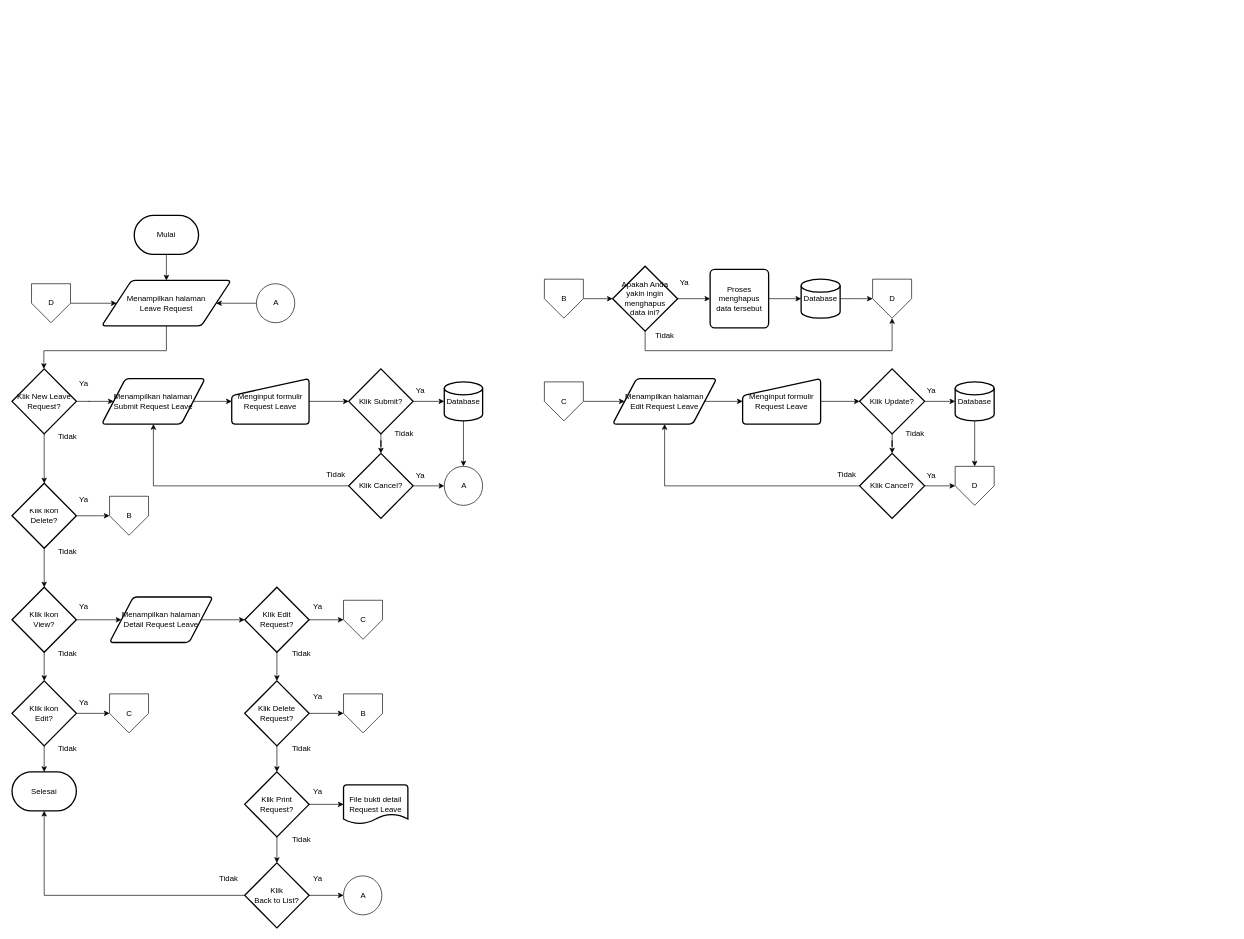
This is page "Employee" (1 of 2) of Flowchart Yaztech Apps.drawio from dapzz-id/DrawIO, a draw.io file, before an edit. Source tidied: cells renumbered, new cells numbered last; positions are measured from the earlier drawing's top-left corner, leaving out a move shared by most shapes. Both pictures are drawn from the tidied source at 65%, with x=0, y=0 at pixel (12, 215).
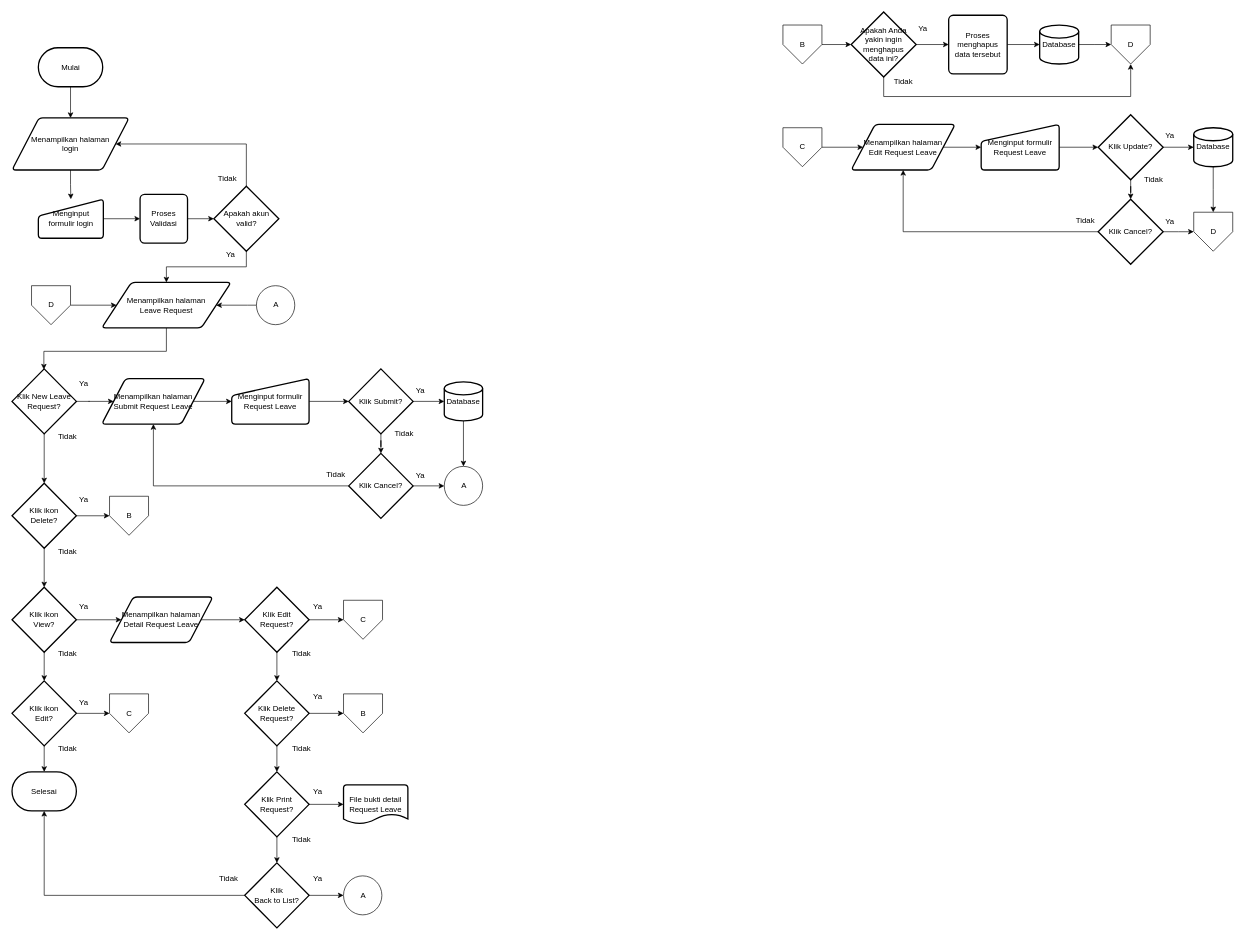
Above is the later version.

Unchanged cells that the change refers to:
```xml
<mxCell id="8" value="Klik New Leave Request?" style="strokeWidth=2;html=1;shape=mxgraph.flowchart.decision;whiteSpace=wrap;" parent="1" vertex="1">
  <mxGeometry y="236" width="99" height="100" as="geometry" />
</mxCell>
```

Diff of the diagram source:
```diff
@@
-    <mxCell id="2" style="edgeStyle=orthogonalEdgeStyle;rounded=0;jettySize=auto;html=1;" parent="1" edge="1" source="3" target="5">
-      <mxGeometry relative="1" as="geometry" />
-    </mxCell>
+    <mxCell id="107" style="edgeStyle=orthogonalEdgeStyle;rounded=0;jettySize=auto;html=1;" parent="1" edge="1" source="3" target="109">
+      <mxGeometry relative="1" as="geometry" />
+    </mxCell>
     <mxCell id="3" value="Mulai" style="strokeWidth=2;html=1;shape=mxgraph.flowchart.terminator;whiteSpace=wrap;" parent="1" vertex="1">
-      <mxGeometry x="188" width="99" height="60" as="geometry" />
+      <mxGeometry x="40.5" y="-258" width="99" height="60" as="geometry" />
     </mxCell>
-    <mxCell id="4" style="edgeStyle=orthogonalEdgeStyle;rounded=0;jettySize=auto;html=1;" parent="1" edge="1" source="5" target="8">
+    <mxCell id="4" style="edgeStyle=orthogonalEdgeStyle;rounded=0;jettySize=auto;html=1;" parent="1" edge="1" source="5">
       <mxGeometry relative="1" as="geometry">
+        <mxPoint x="49" y="237" as="targetPoint" />
         <Array as="points">
-          <mxPoint x="237" y="208" />
-          <mxPoint x="49" y="208" />
+          <mxPoint x="237" y="209" />
+          <mxPoint x="49" y="209" />
         </Array>
       </mxGeometry>
     </mxCell>
     <mxCell id="5" value="Menampilkan halaman&lt;div&gt;Leave Request&lt;/div&gt;" style="shape=parallelogram;html=1;strokeWidth=2;perimeter=parallelogramPerimeter;whiteSpace=wrap;rounded=1;arcSize=12;size=0.23;" parent="1" vertex="1">
-      <mxGeometry x="138" y="100" width="199" height="70" as="geometry" />
+      <mxGeometry x="138" y="103" width="199" height="70" as="geometry" />
     </mxCell>
@@
     <mxCell id="24" style="edgeStyle=orthogonalEdgeStyle;rounded=0;jettySize=auto;html=1;entryX=1;entryY=0.5;entryDx=0;entryDy=0;" parent="1" edge="1" source="25" target="5">
       <mxGeometry relative="1" as="geometry">
         <Array as="points">
-          <mxPoint x="362" y="135" />
-          <mxPoint x="362" y="135" />
+          <mxPoint x="362" y="138" />
+          <mxPoint x="362" y="138" />
         </Array>
       </mxGeometry>
     </mxCell>
     <mxCell id="25" value="A" style="verticalLabelPosition=middle;verticalAlign=middle;html=1;shape=mxgraph.flowchart.on-page_reference;labelPosition=center;align=center;" parent="1" vertex="1">
-      <mxGeometry x="376" y="105" width="59" height="60" as="geometry" />
+      <mxGeometry x="376" y="108" width="59" height="60" as="geometry" />
     </mxCell>
@@
     <mxCell id="41" value="Proses menghapus data tersebut" style="rounded=1;whiteSpace=wrap;html=1;absoluteArcSize=1;arcSize=14;strokeWidth=2;" parent="1" vertex="1">
-      <mxGeometry x="1074" y="83" width="90" height="90" as="geometry" />
+      <mxGeometry x="1441" y="-308" width="90" height="90" as="geometry" />
     </mxCell>
@@
     <mxCell id="43" value="Apakah Anda yakin ingin menghapus&lt;div&gt;data ini?&lt;/div&gt;" style="strokeWidth=2;html=1;shape=mxgraph.flowchart.decision;whiteSpace=wrap;" parent="1" vertex="1">
-      <mxGeometry x="924" y="78" width="100" height="100" as="geometry" />
+      <mxGeometry x="1291" y="-313" width="100" height="100" as="geometry" />
     </mxCell>
     <mxCell id="44" value="Ya" style="text;html=1;align=center;verticalAlign=middle;strokeColor=none;fillColor=none;" parent="1" vertex="1">
-      <mxGeometry x="1014" y="88" width="40" height="30" as="geometry" />
+      <mxGeometry x="1381" y="-303" width="40" height="30" as="geometry" />
     </mxCell>
     <mxCell id="45" style="edgeStyle=orthogonalEdgeStyle;rounded=0;jettySize=auto;html=1;exitX=0.5;exitY=1;exitDx=0;exitDy=0;exitPerimeter=0;entryX=0.5;entryY=1;entryDx=0;entryDy=0;entryPerimeter=0;" parent="1" edge="1" source="43">
       <mxGeometry relative="1" as="geometry">
-        <mxPoint x="1354" y="158" as="targetPoint" />
+        <mxPoint x="1721" y="-233" as="targetPoint" />
         <Array as="points">
-          <mxPoint x="974" y="208" />
-          <mxPoint x="1354" y="208" />
+          <mxPoint x="1341" y="-183" />
+          <mxPoint x="1721" y="-183" />
         </Array>
       </mxGeometry>
     </mxCell>
     <mxCell id="46" style="edgeStyle=orthogonalEdgeStyle;rounded=0;jettySize=auto;html=1;" parent="1" edge="1" source="47">
       <mxGeometry relative="1" as="geometry">
-        <mxPoint x="1324" y="128" as="targetPoint" />
+        <mxPoint x="1691" y="-263" as="targetPoint" />
       </mxGeometry>
     </mxCell>
     <mxCell id="47" value="Database" style="strokeWidth=2;html=1;shape=mxgraph.flowchart.database;whiteSpace=wrap;" parent="1" vertex="1">
-      <mxGeometry x="1214" y="98" width="60" height="60" as="geometry" />
+      <mxGeometry x="1581" y="-293" width="60" height="60" as="geometry" />
     </mxCell>
     <mxCell id="48" value="Tidak" style="text;html=1;align=center;verticalAlign=middle;strokeColor=none;fillColor=none;" parent="1" vertex="1">
-      <mxGeometry x="979" y="170" width="50" height="30" as="geometry" />
+      <mxGeometry x="1346" y="-221" width="50" height="30" as="geometry" />
     </mxCell>
@@
     <mxCell id="50" value="Menampilkan halaman&lt;div&gt;Edit Request Leave&lt;/div&gt;" style="shape=parallelogram;html=1;strokeWidth=2;perimeter=parallelogramPerimeter;whiteSpace=wrap;rounded=1;arcSize=12;size=0.23;" parent="1" vertex="1">
-      <mxGeometry x="924" y="251" width="160" height="70" as="geometry" />
+      <mxGeometry x="1291" y="-140" width="160" height="70" as="geometry" />
     </mxCell>
@@
     <mxCell id="52" value="Menginput formulir Request Leave" style="html=1;strokeWidth=2;shape=manualInput;whiteSpace=wrap;rounded=1;size=26;arcSize=11;" parent="1" vertex="1">
-      <mxGeometry x="1124" y="251" width="120" height="70" as="geometry" />
+      <mxGeometry x="1491" y="-140" width="120" height="70" as="geometry" />
     </mxCell>
@@
     <mxCell id="55" value="Klik Update?" style="strokeWidth=2;html=1;shape=mxgraph.flowchart.decision;whiteSpace=wrap;" parent="1" vertex="1">
-      <mxGeometry x="1304" y="236" width="100" height="100" as="geometry" />
+      <mxGeometry x="1671" y="-155" width="100" height="100" as="geometry" />
     </mxCell>
     <mxCell id="56" style="edgeStyle=orthogonalEdgeStyle;rounded=0;jettySize=auto;html=1;" parent="1" edge="1" source="57">
       <mxGeometry relative="1" as="geometry">
-        <mxPoint x="1481" y="386" as="targetPoint" />
+        <mxPoint x="1848" y="-5" as="targetPoint" />
       </mxGeometry>
     </mxCell>
     <mxCell id="57" value="Database" style="strokeWidth=2;html=1;shape=mxgraph.flowchart.database;whiteSpace=wrap;" parent="1" vertex="1">
-      <mxGeometry x="1451" y="256" width="60" height="60" as="geometry" />
+      <mxGeometry x="1818" y="-135" width="60" height="60" as="geometry" />
     </mxCell>
     <mxCell id="58" value="Ya" style="text;html=1;align=center;verticalAlign=middle;strokeColor=none;fillColor=none;" parent="1" vertex="1">
-      <mxGeometry x="1394" y="254" width="40" height="30" as="geometry" />
+      <mxGeometry x="1761" y="-137" width="40" height="30" as="geometry" />
     </mxCell>
     <mxCell id="59" style="edgeStyle=orthogonalEdgeStyle;rounded=0;jettySize=auto;html=1;" parent="1" edge="1" source="61">
       <mxGeometry relative="1" as="geometry">
-        <mxPoint x="1451" y="416" as="targetPoint" />
+        <mxPoint x="1818" y="25" as="targetPoint" />
       </mxGeometry>
     </mxCell>
@@
     <mxCell id="61" value="Klik Cancel?" style="strokeWidth=2;html=1;shape=mxgraph.flowchart.decision;whiteSpace=wrap;" parent="1" vertex="1">
-      <mxGeometry x="1304" y="366" width="100" height="100" as="geometry" />
+      <mxGeometry x="1671" y="-25" width="100" height="100" as="geometry" />
     </mxCell>
     <mxCell id="62" value="Tidak" style="text;html=1;align=center;verticalAlign=middle;strokeColor=none;fillColor=none;" parent="1" vertex="1">
-      <mxGeometry x="1364" y="321" width="50" height="30" as="geometry" />
+      <mxGeometry x="1731" y="-70" width="50" height="30" as="geometry" />
     </mxCell>
     <mxCell id="63" value="Ya" style="text;html=1;align=center;verticalAlign=middle;strokeColor=none;fillColor=none;" parent="1" vertex="1">
-      <mxGeometry x="1394" y="386" width="40" height="30" as="geometry" />
+      <mxGeometry x="1761" y="-5" width="40" height="30" as="geometry" />
     </mxCell>
     <mxCell id="64" value="Tidak" style="text;html=1;align=center;verticalAlign=middle;strokeColor=none;fillColor=none;" parent="1" vertex="1">
-      <mxGeometry x="1259" y="384" width="50" height="30" as="geometry" />
+      <mxGeometry x="1626" y="-7" width="50" height="30" as="geometry" />
     </mxCell>
@@
     <mxCell id="100" value="C" style="verticalLabelPosition=middle;verticalAlign=middle;html=1;shape=offPageConnector;rounded=0;size=0.5;labelPosition=center;align=center;" parent="1" vertex="1">
-      <mxGeometry x="819" y="256" width="60" height="60" as="geometry" />
+      <mxGeometry x="1186" y="-135" width="60" height="60" as="geometry" />
     </mxCell>
@@
     <mxCell id="102" value="B" style="verticalLabelPosition=middle;verticalAlign=middle;html=1;shape=offPageConnector;rounded=0;size=0.5;labelPosition=center;align=center;" parent="1" vertex="1">
-      <mxGeometry x="819" y="98" width="60" height="60" as="geometry" />
+      <mxGeometry x="1186" y="-293" width="60" height="60" as="geometry" />
     </mxCell>
@@
     <mxCell id="104" value="D" style="verticalLabelPosition=middle;verticalAlign=middle;html=1;shape=offPageConnector;rounded=0;size=0.5;labelPosition=center;align=center;" parent="1" vertex="1">
-      <mxGeometry x="30" y="105" width="60" height="60" as="geometry" />
+      <mxGeometry x="30" y="108" width="60" height="60" as="geometry" />
     </mxCell>
     <mxCell id="105" value="D" style="verticalLabelPosition=middle;verticalAlign=middle;html=1;shape=offPageConnector;rounded=0;size=0.5;labelPosition=center;align=center;" parent="1" vertex="1">
-      <mxGeometry x="1451" y="386" width="60" height="60" as="geometry" />
+      <mxGeometry x="1818" y="-5" width="60" height="60" as="geometry" />
     </mxCell>
     <mxCell id="106" value="D" style="verticalLabelPosition=middle;verticalAlign=middle;html=1;shape=offPageConnector;rounded=0;size=0.5;labelPosition=center;align=center;" parent="1" vertex="1">
-      <mxGeometry x="1324" y="98" width="60" height="60" as="geometry" />
+      <mxGeometry x="1691" y="-293" width="60" height="60" as="geometry" />
     </mxCell>
+    <mxCell id="108" style="edgeStyle=orthogonalEdgeStyle;rounded=0;jettySize=auto;html=1;" parent="1" edge="1" source="109" target="111">
+      <mxGeometry relative="1" as="geometry" />
+    </mxCell>
+    <mxCell id="109" value="Menampilkan halaman&lt;div&gt;login&lt;/div&gt;" style="shape=parallelogram;html=1;strokeWidth=2;perimeter=parallelogramPerimeter;whiteSpace=wrap;rounded=1;arcSize=12;size=0.23;" parent="1" vertex="1">
+      <mxGeometry y="-150" width="180" height="80" as="geometry" />
+    </mxCell>
+    <mxCell id="110" style="edgeStyle=orthogonalEdgeStyle;rounded=0;jettySize=auto;html=1;" parent="1" edge="1" source="111" target="113">
+      <mxGeometry relative="1" as="geometry" />
+    </mxCell>
+    <mxCell id="111" value="Menginput formulir login" style="html=1;strokeWidth=2;shape=manualInput;whiteSpace=wrap;rounded=1;size=26;arcSize=11;" parent="1" vertex="1">
+      <mxGeometry x="40.5" y="-25" width="100" height="60" as="geometry" />
+    </mxCell>
+    <mxCell id="112" style="edgeStyle=orthogonalEdgeStyle;rounded=0;jettySize=auto;html=1;" parent="1" edge="1" source="113" target="116">
+      <mxGeometry relative="1" as="geometry" />
+    </mxCell>
+    <mxCell id="113" value="Proses Validasi" style="rounded=1;whiteSpace=wrap;html=1;absoluteArcSize=1;arcSize=14;strokeWidth=2;" parent="1" vertex="1">
+      <mxGeometry x="197" y="-32.5" width="73" height="75" as="geometry" />
+    </mxCell>
+    <mxCell id="114" style="edgeStyle=orthogonalEdgeStyle;rounded=0;jettySize=auto;html=1;exitX=0.5;exitY=0;exitDx=0;exitDy=0;exitPerimeter=0;entryX=1;entryY=0.5;entryDx=0;entryDy=0;" parent="1" edge="1" source="116" target="109">
+      <mxGeometry relative="1" as="geometry">
+        <Array as="points">
+          <mxPoint x="360.5" y="-110" />
+        </Array>
+      </mxGeometry>
+    </mxCell>
+    <mxCell id="115" style="edgeStyle=orthogonalEdgeStyle;rounded=0;jettySize=auto;html=1;exitX=0.5;exitY=1;exitDx=0;exitDy=0;exitPerimeter=0;entryX=0.5;entryY=0;entryDx=0;entryDy=0;" parent="1" edge="1" source="116" target="5">
+      <mxGeometry relative="1" as="geometry" />
+    </mxCell>
+    <mxCell id="116" value="Apakah akun valid?" style="strokeWidth=2;html=1;shape=mxgraph.flowchart.decision;whiteSpace=wrap;" parent="1" vertex="1">
+      <mxGeometry x="310.5" y="-45" width="100" height="100" as="geometry" />
+    </mxCell>
+    <mxCell id="117" value="Tidak" style="text;html=1;align=center;verticalAlign=middle;strokeColor=none;fillColor=none;" parent="1" vertex="1">
+      <mxGeometry x="305.5" y="-72" width="50" height="30" as="geometry" />
+    </mxCell>
+    <mxCell id="118" value="Ya" style="text;html=1;align=center;verticalAlign=middle;strokeColor=none;fillColor=none;" parent="1" vertex="1">
+      <mxGeometry x="315.5" y="45" width="40" height="30" as="geometry" />
+    </mxCell>
```
